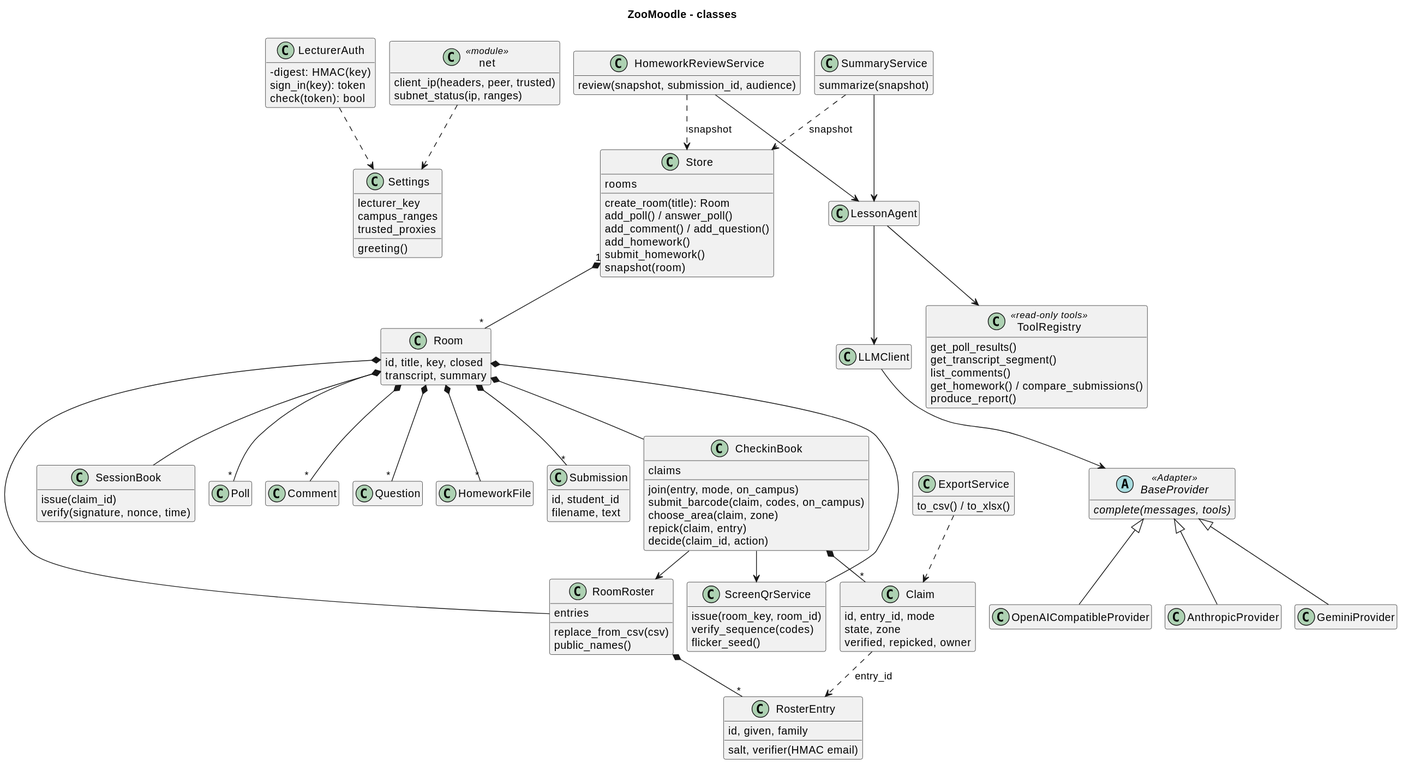
Above: docs/diagrams/classes.svg in Haim-Barby/ZooMoodle (PlantUML), before the change.
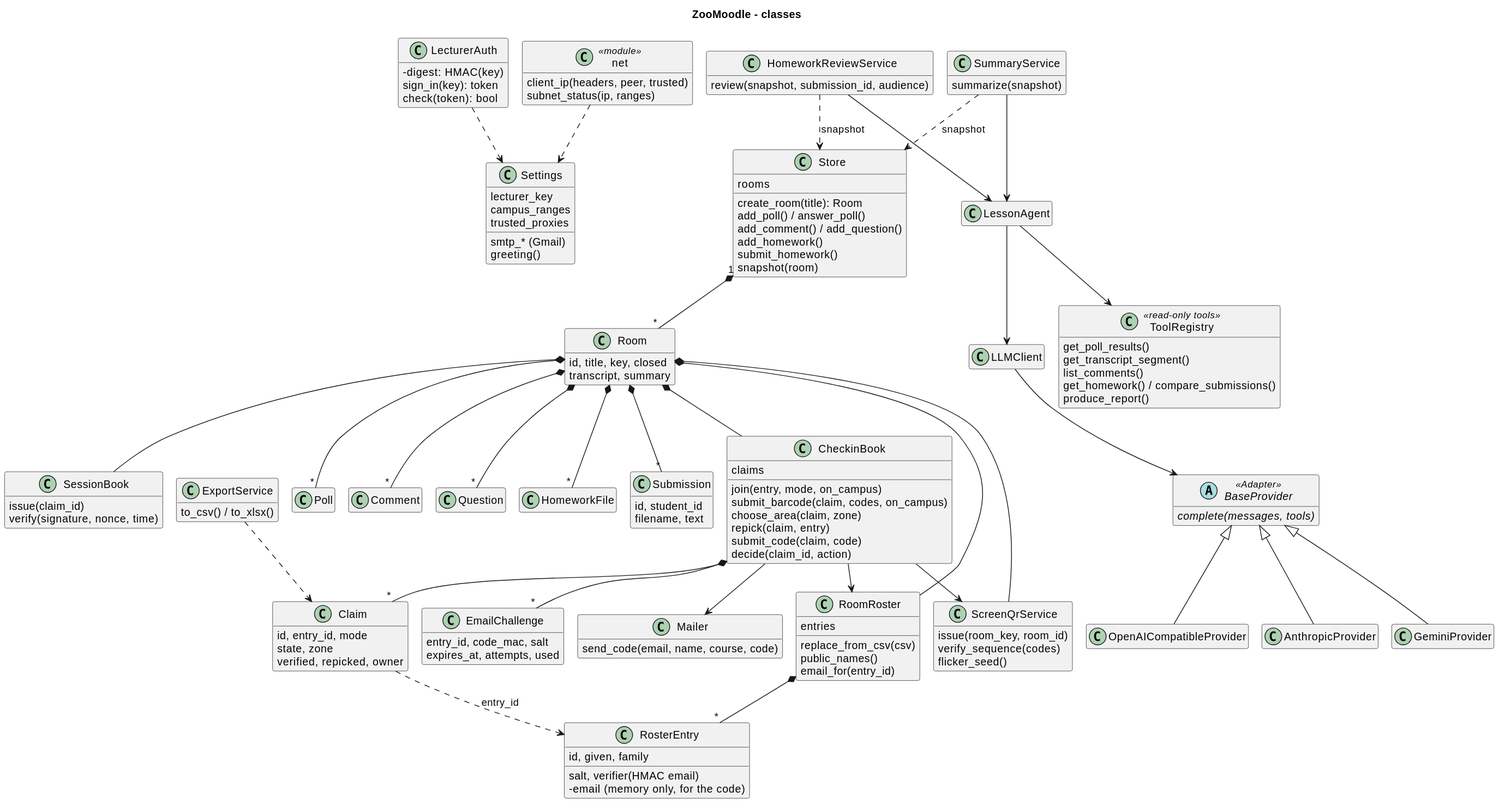
After the commit.

Diff of the diagram source:
```diff
@@ -8,6 +8,7 @@
   lecturer_key
   campus_ranges
   trusted_proxies
+  smtp_* (Gmail)
   greeting()
 }
 class LecturerAuth {
@@ -32,10 +33,12 @@
   entries
   replace_from_csv(csv)
   public_names()
+  email_for(entry_id)
 }
 class RosterEntry {
   id, given, family
   salt, verifier(HMAC email)
+  -email (memory only, for the code)
 }
 class CheckinBook {
   claims
@@ -43,12 +46,20 @@
   submit_barcode(claim, codes, on_campus)
   choose_area(claim, zone)
   repick(claim, entry)
+  submit_code(claim, code)
   decide(claim_id, action)
 }
 class Claim {
   id, entry_id, mode
   state, zone
   verified, repicked, owner
+}
+class EmailChallenge {
+  entry_id, code_mac, salt
+  expires_at, attempts, used
+}
+class Mailer {
+  send_code(email, name, course, code)
 }
 class ScreenQrService {
   issue(room_key, room_id)
@@ -108,6 +119,8 @@
 Room *-- "*" Submission
 RoomRoster *-- "*" RosterEntry
 CheckinBook *-- "*" Claim
+CheckinBook *-- "*" EmailChallenge
+CheckinBook --> Mailer
 CheckinBook --> ScreenQrService
 CheckinBook --> RoomRoster
 Claim ..> RosterEntry : entry_id
```
